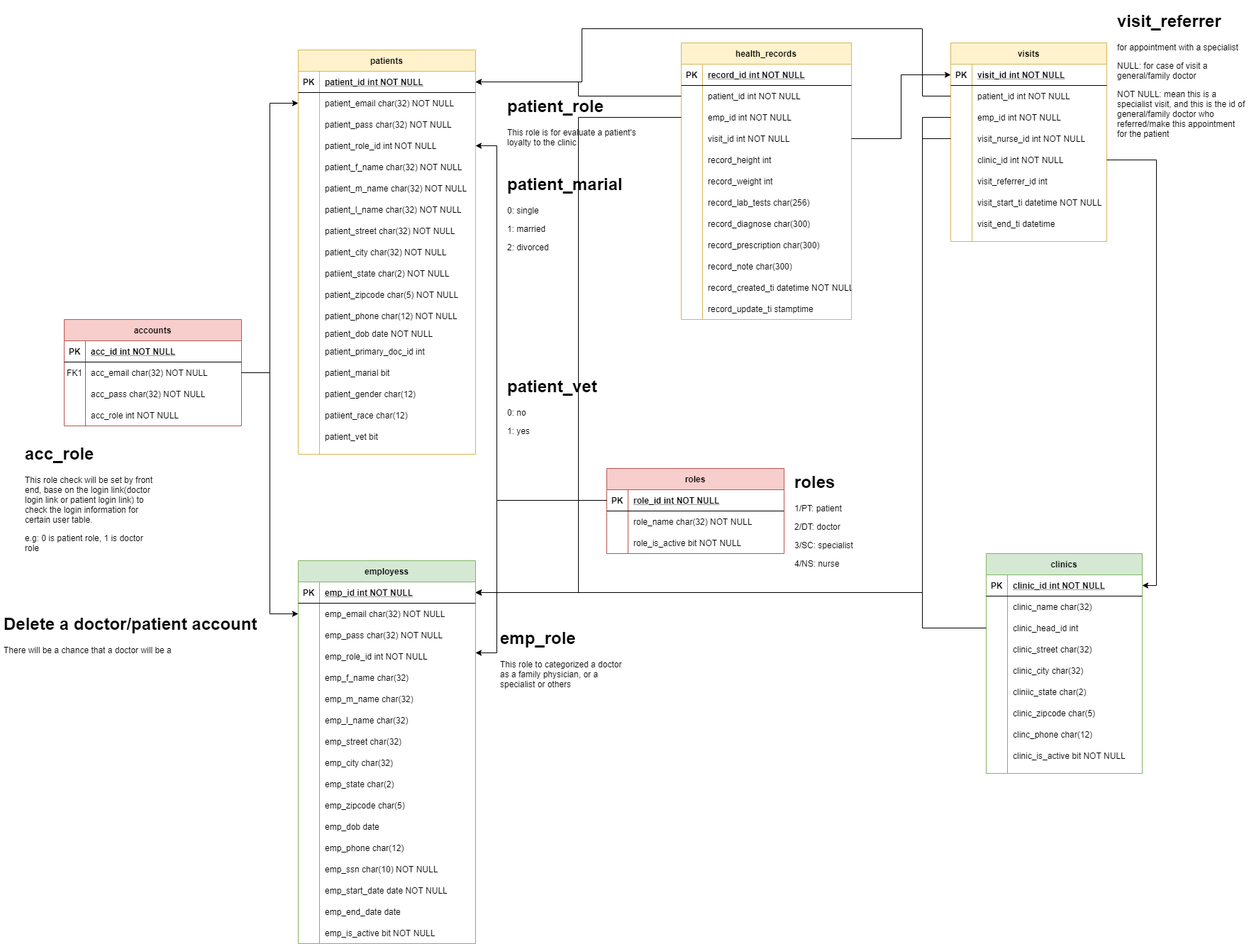
The draw.io diagram Entity Relatioship diagram.png in zeltarcher/medical_clinic, before a commit. Source tidied: cells renumbered, new cells last; positions are measured from the earlier drawing's top-left corner, leaving out a move shared by most shapes.
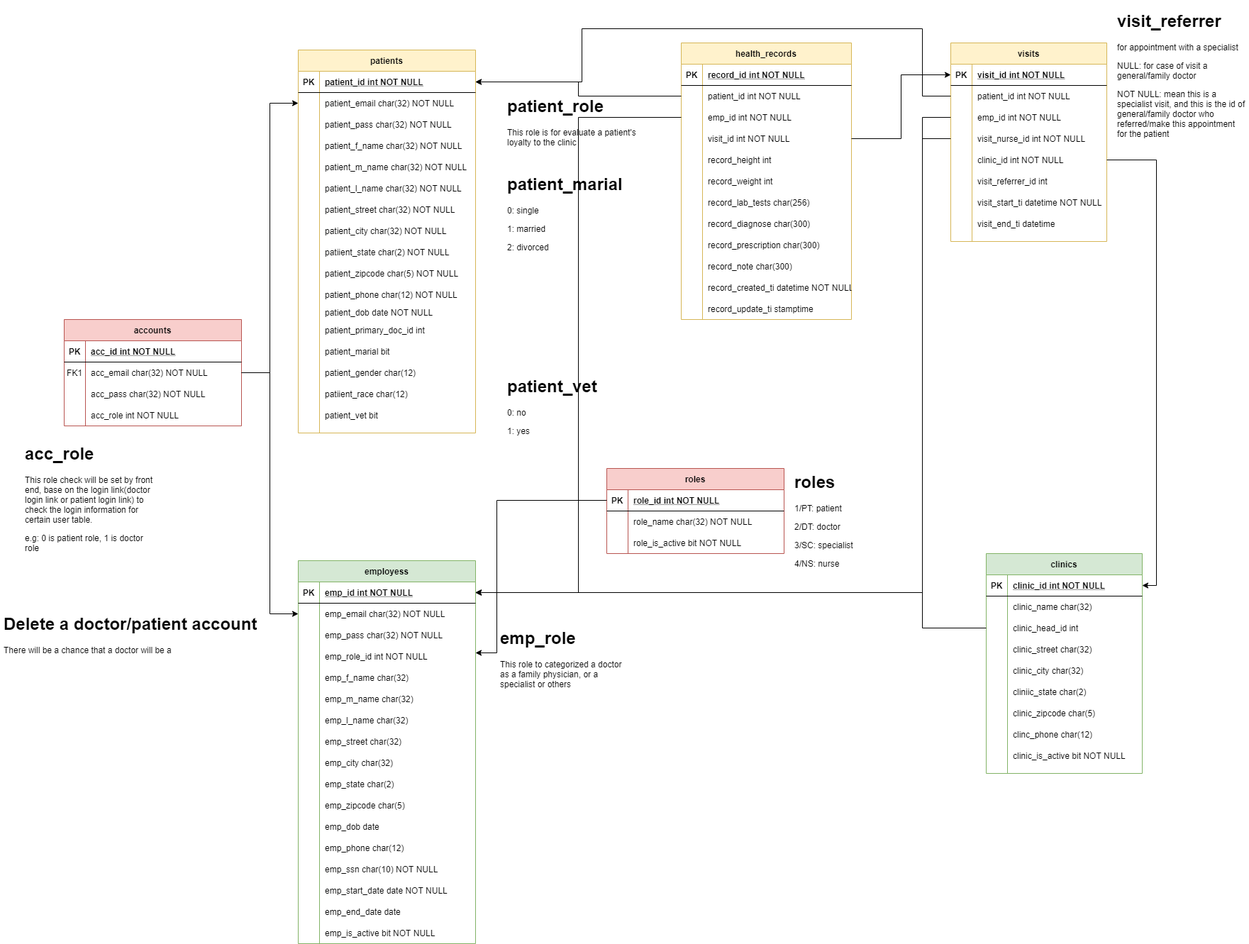
The same file after the commit.

Diff of the diagram source:
```diff
@@ -3,7 +3,7 @@
     <mxCell id="0" />
     <mxCell id="1" parent="0" />
     <mxCell id="2" value="patients" style="shape=table;startSize=30;rowLines=0;fontStyle=1;align=center;fillColor=#fff2cc;strokeColor=#d6b656;" parent="1" vertex="1">
-      <mxGeometry x="420" y="60" width="250" height="570" as="geometry" />
+      <mxGeometry x="420" y="60" width="250" height="540" as="geometry" />
     </mxCell>
     <mxCell id="3" style="shape=partialRectangle;fillColor=none;points=[[0,0.5],[1,0.5]];portConstraint=eastwest;top=0;left=0;right=0;bottom=1;" parent="2" vertex="1">
       <mxGeometry y="30" width="250" height="30" as="geometry" />
@@ -32,17 +32,8 @@
     <mxCell id="11" value="patient_pass char(32) NOT NULL" style="shape=partialRectangle;overflow=hidden;fillColor=none;top=0;left=0;bottom=0;right=0;align=left;spacingLeft=6;" parent="9" vertex="1">
       <mxGeometry x="30" width="220" height="30" as="geometry" />
     </mxCell>
-    <mxCell id="12" style="shape=partialRectangle;fillColor=none;top=0;left=0;bottom=0;right=0;points=[[0,0.5],[1,0.5]];portConstraint=eastwest;" parent="2" vertex="1">
-      <mxGeometry y="120" width="250" height="30" as="geometry" />
-    </mxCell>
-    <mxCell id="13" style="shape=partialRectangle;fillColor=none;top=0;left=0;bottom=0;right=0;overflow=hidden;" parent="12" vertex="1">
-      <mxGeometry width="30" height="30" as="geometry" />
-    </mxCell>
-    <mxCell id="14" value="patient_role_id int NOT NULL" style="shape=partialRectangle;fillColor=none;top=0;left=0;bottom=0;right=0;align=left;spacingLeft=6;overflow=hidden;" parent="12" vertex="1">
-      <mxGeometry x="30" width="220" height="30" as="geometry" />
-    </mxCell>
     <mxCell id="15" style="shape=partialRectangle;fillColor=none;top=0;left=0;bottom=0;right=0;" parent="2" vertex="1">
-      <mxGeometry y="150" width="250" height="30" as="geometry" />
+      <mxGeometry y="120" width="250" height="30" as="geometry" />
     </mxCell>
     <mxCell id="16" style="shape=partialRectangle;fillColor=none;top=0;left=0;bottom=0;right=0;overflow=hidden;" parent="15" vertex="1">
       <mxGeometry width="30" height="30" as="geometry" />
@@ -51,7 +42,7 @@
       <mxGeometry x="30" width="220" height="30" as="geometry" />
     </mxCell>
     <mxCell id="18" style="shape=partialRectangle;fillColor=none;top=0;left=0;bottom=0;right=0;" parent="2" vertex="1">
-      <mxGeometry y="180" width="250" height="30" as="geometry" />
+      <mxGeometry y="150" width="250" height="30" as="geometry" />
     </mxCell>
     <mxCell id="19" style="shape=partialRectangle;fillColor=none;top=0;left=0;bottom=0;right=0;overflow=hidden;" parent="18" vertex="1">
       <mxGeometry width="30" height="30" as="geometry" />
@@ -60,7 +51,7 @@
       <mxGeometry x="30" width="220" height="30" as="geometry" />
     </mxCell>
     <mxCell id="21" style="shape=partialRectangle;fillColor=none;top=0;left=0;bottom=0;right=0;" parent="2" vertex="1">
-      <mxGeometry y="210" width="250" height="30" as="geometry" />
+      <mxGeometry y="180" width="250" height="30" as="geometry" />
     </mxCell>
     <mxCell id="22" style="shape=partialRectangle;fillColor=none;top=0;left=0;bottom=0;right=0;overflow=hidden;" parent="21" vertex="1">
       <mxGeometry width="30" height="30" as="geometry" />
@@ -69,7 +60,7 @@
       <mxGeometry x="30" width="220" height="30" as="geometry" />
     </mxCell>
     <mxCell id="24" style="shape=partialRectangle;fillColor=none;top=0;left=0;bottom=0;right=0;" parent="2" vertex="1">
-      <mxGeometry y="240" width="250" height="30" as="geometry" />
+      <mxGeometry y="210" width="250" height="30" as="geometry" />
     </mxCell>
     <mxCell id="25" style="shape=partialRectangle;fillColor=none;top=0;left=0;bottom=0;right=0;overflow=hidden;" parent="24" vertex="1">
       <mxGeometry width="30" height="30" as="geometry" />
@@ -78,7 +69,7 @@
       <mxGeometry x="30" width="220" height="30" as="geometry" />
     </mxCell>
     <mxCell id="27" style="shape=partialRectangle;fillColor=none;top=0;left=0;bottom=0;right=0;" parent="2" vertex="1">
-      <mxGeometry y="270" width="250" height="30" as="geometry" />
+      <mxGeometry y="240" width="250" height="30" as="geometry" />
     </mxCell>
     <mxCell id="28" style="shape=partialRectangle;fillColor=none;top=0;left=0;bottom=0;right=0;overflow=hidden;" parent="27" vertex="1">
       <mxGeometry width="30" height="30" as="geometry" />
@@ -87,7 +78,7 @@
       <mxGeometry x="30" width="220" height="30" as="geometry" />
     </mxCell>
     <mxCell id="30" style="shape=partialRectangle;fillColor=none;top=0;left=0;bottom=0;right=0;" parent="2" vertex="1">
-      <mxGeometry y="300" width="250" height="30" as="geometry" />
+      <mxGeometry y="270" width="250" height="30" as="geometry" />
     </mxCell>
     <mxCell id="31" style="shape=partialRectangle;fillColor=none;top=0;left=0;bottom=0;right=0;overflow=hidden;" parent="30" vertex="1">
       <mxGeometry width="30" height="30" as="geometry" />
@@ -96,7 +87,7 @@
       <mxGeometry x="30" width="220" height="30" as="geometry" />
     </mxCell>
     <mxCell id="33" style="shape=partialRectangle;fillColor=none;top=0;left=0;bottom=0;right=0;" parent="2" vertex="1">
-      <mxGeometry y="330" width="250" height="30" as="geometry" />
+      <mxGeometry y="300" width="250" height="30" as="geometry" />
     </mxCell>
     <mxCell id="34" style="shape=partialRectangle;fillColor=none;top=0;left=0;bottom=0;right=0;overflow=hidden;" parent="33" vertex="1">
       <mxGeometry width="30" height="30" as="geometry" />
@@ -105,7 +96,7 @@
       <mxGeometry x="30" width="220" height="30" as="geometry" />
     </mxCell>
     <mxCell id="36" style="shape=partialRectangle;fillColor=none;top=0;left=0;bottom=0;right=0;" parent="2" vertex="1">
-      <mxGeometry y="360" width="250" height="30" as="geometry" />
+      <mxGeometry y="330" width="250" height="30" as="geometry" />
     </mxCell>
     <mxCell id="37" style="shape=partialRectangle;fillColor=none;top=0;left=0;bottom=0;right=0;overflow=hidden;" parent="36" vertex="1">
       <mxGeometry width="30" height="30" as="geometry" />
@@ -114,7 +105,7 @@
       <mxGeometry x="30" width="220" height="30" as="geometry" />
     </mxCell>
     <mxCell id="39" style="shape=partialRectangle;fillColor=none;top=0;left=0;bottom=0;right=0;" parent="2" vertex="1">
-      <mxGeometry y="390" width="250" height="20" as="geometry" />
+      <mxGeometry y="360" width="250" height="20" as="geometry" />
     </mxCell>
     <mxCell id="40" style="shape=partialRectangle;fillColor=none;top=0;left=0;bottom=0;right=0;overflow=hidden;" parent="39" vertex="1">
       <mxGeometry width="30" height="20" as="geometry" />
@@ -123,7 +114,7 @@
       <mxGeometry x="30" width="220" height="20" as="geometry" />
     </mxCell>
     <mxCell id="42" style="shape=partialRectangle;fillColor=none;top=0;left=0;bottom=0;right=0;" parent="2" vertex="1">
-      <mxGeometry y="410" width="250" height="30" as="geometry" />
+      <mxGeometry y="380" width="250" height="30" as="geometry" />
     </mxCell>
     <mxCell id="43" style="shape=partialRectangle;fillColor=none;top=0;left=0;bottom=0;right=0;overflow=hidden;" parent="42" vertex="1">
       <mxGeometry width="30" height="30" as="geometry" />
@@ -132,7 +123,7 @@
       <mxGeometry x="30" width="220" height="30" as="geometry" />
     </mxCell>
     <mxCell id="45" style="shape=partialRectangle;fillColor=none;top=0;left=0;bottom=0;right=0;" parent="2" vertex="1">
-      <mxGeometry y="440" width="250" height="30" as="geometry" />
+      <mxGeometry y="410" width="250" height="30" as="geometry" />
     </mxCell>
     <mxCell id="46" style="shape=partialRectangle;fillColor=none;top=0;left=0;bottom=0;right=0;overflow=hidden;" parent="45" vertex="1">
       <mxGeometry width="30" height="30" as="geometry" />
@@ -141,7 +132,7 @@
       <mxGeometry x="30" width="220" height="30" as="geometry" />
     </mxCell>
     <mxCell id="48" style="shape=partialRectangle;fillColor=none;top=0;left=0;bottom=0;right=0;" parent="2" vertex="1">
-      <mxGeometry y="470" width="250" height="30" as="geometry" />
+      <mxGeometry y="440" width="250" height="30" as="geometry" />
     </mxCell>
     <mxCell id="49" style="shape=partialRectangle;fillColor=none;top=0;left=0;bottom=0;right=0;overflow=hidden;" parent="48" vertex="1">
       <mxGeometry width="30" height="30" as="geometry" />
@@ -150,7 +141,7 @@
       <mxGeometry x="30" width="220" height="30" as="geometry" />
     </mxCell>
     <mxCell id="51" style="shape=partialRectangle;fillColor=none;top=0;left=0;bottom=0;right=0;" parent="2" vertex="1">
-      <mxGeometry y="500" width="250" height="30" as="geometry" />
+      <mxGeometry y="470" width="250" height="30" as="geometry" />
     </mxCell>
     <mxCell id="52" style="shape=partialRectangle;fillColor=none;top=0;left=0;bottom=0;right=0;overflow=hidden;" parent="51" vertex="1">
       <mxGeometry width="30" height="30" as="geometry" />
@@ -159,7 +150,7 @@
       <mxGeometry x="30" width="220" height="30" as="geometry" />
     </mxCell>
     <mxCell id="54" style="shape=partialRectangle;fillColor=none;top=0;left=0;bottom=0;right=0;" parent="2" vertex="1">
-      <mxGeometry y="530" width="250" height="30" as="geometry" />
+      <mxGeometry y="500" width="250" height="30" as="geometry" />
     </mxCell>
     <mxCell id="55" style="shape=partialRectangle;fillColor=none;top=0;left=0;bottom=0;right=0;overflow=hidden;" parent="54" vertex="1">
       <mxGeometry width="30" height="30" as="geometry" />
@@ -401,14 +392,6 @@
     <mxCell id="134" style="edgeStyle=orthogonalEdgeStyle;rounded=0;jettySize=auto;html=1;entryX=0;entryY=0.5;entryDx=0;entryDy=0;" parent="1" edge="1" source="113" target="61">
       <mxGeometry relative="1" as="geometry" />
     </mxCell>
-    <mxCell id="135" style="edgeStyle=orthogonalEdgeStyle;rounded=0;jettySize=auto;html=1;entryX=1;entryY=0.5;entryDx=0;entryDy=0;" parent="1" edge="1" source="123" target="12">
-      <mxGeometry relative="1" as="geometry">
-        <Array as="points">
-          <mxPoint x="700" y="695" />
-          <mxPoint x="700" y="195" />
-        </Array>
-      </mxGeometry>
-    </mxCell>
     <mxCell id="136" style="edgeStyle=orthogonalEdgeStyle;rounded=0;jettySize=auto;html=1;" parent="1" edge="1" source="123">
       <mxGeometry relative="1" as="geometry">
         <mxPoint x="670" y="910" as="targetPoint" />
```
